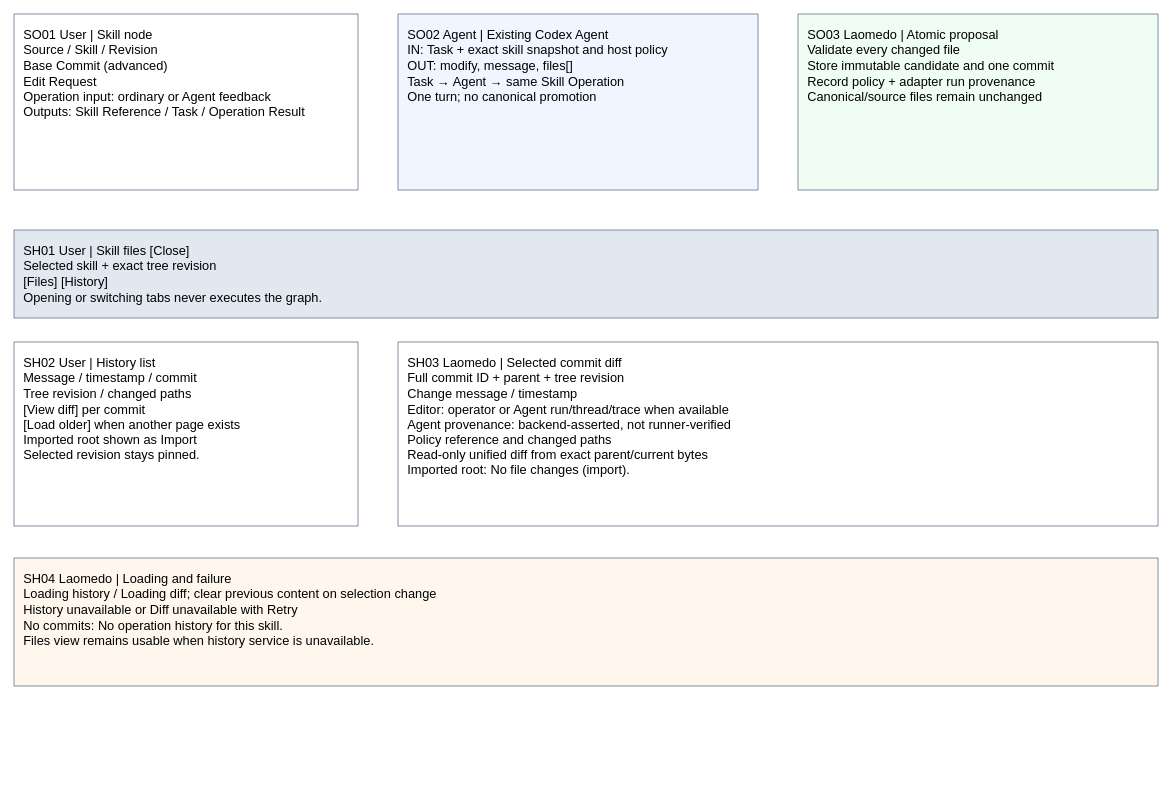
This is page "Skill operations and history" (2 of 2) of projects/laomedo/subsystems/skill-registry/design/skill-files.drawio from amadou-6e/specs, a draw.io file, before an edit. Source tidied: cells renumbered, new cells numbered last; positions are measured from the earlier drawing's top-left corner, leaving out a move shared by most shapes. Both pictures are drawn from the tidied source at 80%, with x=0, y=0 at pixel (14, 14).
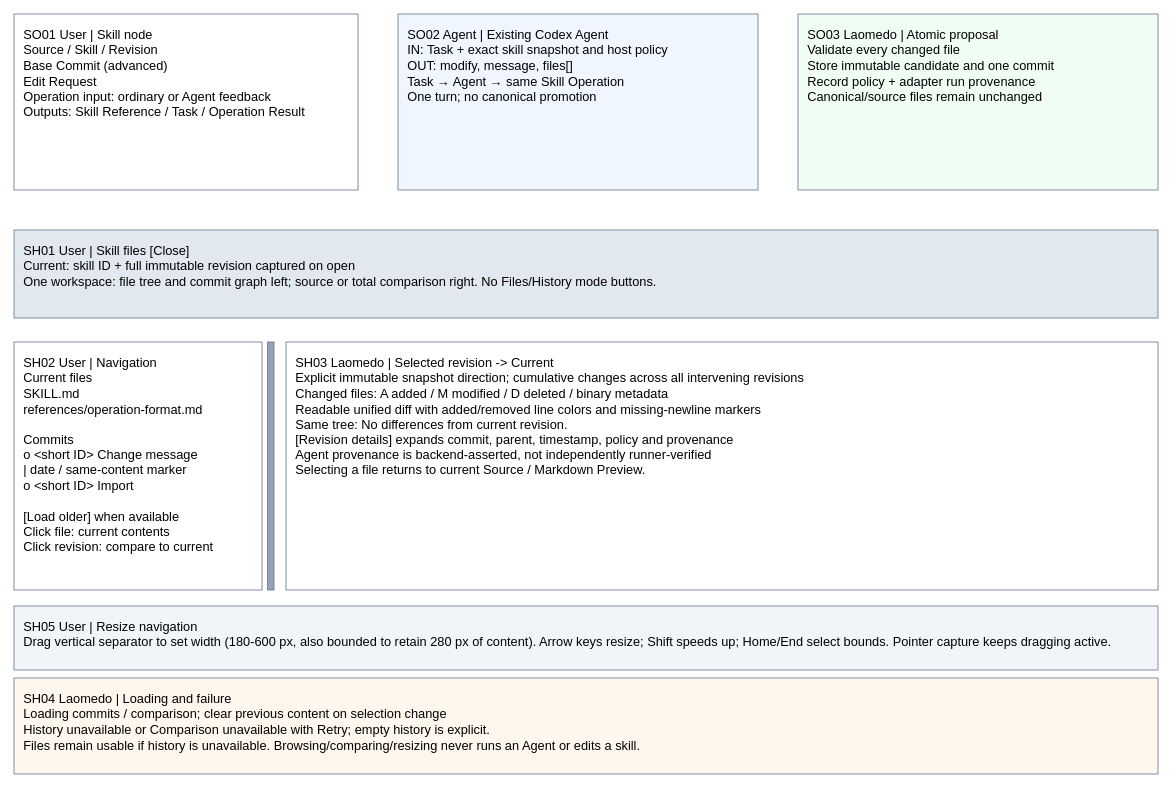
Above is the later version.

Commit message (it also covers changes not shown here):
Specify combined commit navigation and resizable skill comparisons

The edit, as a diff of the source:
```diff
@@
 <mxGraphModel>
   <root>
     <mxCell id="0" />
     <mxCell id="1" parent="0" />
     <mxCell id="2" value="SO01 User | Skill node&#10;Source / Skill / Revision&#10;Base Commit (advanced)&#10;Edit Request&#10;Operation input: ordinary or Agent feedback&#10;Outputs: Skill Reference / Task / Operation Result" style="rounded=0;whiteSpace=wrap;html=0;align=left;verticalAlign=top;spacing=12;fontFamily=Arial;fontSize=16;fillColor=#ffffff;strokeColor=#64748b;" parent="1" vertex="1">
       <mxGeometry width="430" height="220" as="geometry" />
     </mxCell>
     <mxCell id="3" value="SO02 Agent | Existing Codex Agent&#10;IN: Task + exact skill snapshot and host policy&#10;OUT: modify, message, files[]&#10;Task → Agent → same Skill Operation&#10;One turn; no canonical promotion" style="rounded=0;whiteSpace=wrap;html=0;align=left;verticalAlign=top;spacing=12;fontFamily=Arial;fontSize=16;fillColor=#eff6ff;strokeColor=#64748b;" parent="1" vertex="1">
       <mxGeometry x="480" width="450" height="220" as="geometry" />
     </mxCell>
     <mxCell id="4" value="SO03 Laomedo | Atomic proposal&#10;Validate every changed file&#10;Store immutable candidate and one commit&#10;Record policy + adapter run provenance&#10;Canonical/source files remain unchanged" style="rounded=0;whiteSpace=wrap;html=0;align=left;verticalAlign=top;spacing=12;fontFamily=Arial;fontSize=16;fillColor=#f0fdf4;strokeColor=#64748b;" parent="1" vertex="1">
       <mxGeometry x="980" width="450" height="220" as="geometry" />
     </mxCell>
-    <mxCell id="5" value="SH01 User | Skill files                         [Close]&#10;Selected skill + exact tree revision&#10;[Files] [History]&#10;Opening or switching tabs never executes the graph." style="rounded=0;whiteSpace=wrap;html=0;align=left;verticalAlign=top;spacing=12;fontFamily=Arial;fontSize=16;fillColor=#e2e8f0;strokeColor=#64748b;" parent="1" vertex="1">
+    <mxCell id="5" value="SH01 User | Skill files                                      [Close]&#10;Current: skill ID + full immutable revision captured on open&#10;One workspace: file tree and commit graph left; source or total comparison right. No Files/History mode buttons." style="rounded=0;whiteSpace=wrap;html=0;align=left;verticalAlign=top;spacing=12;fontFamily=Arial;fontSize=16;fillColor=#e2e8f0;strokeColor=#64748b;" parent="1" vertex="1">
       <mxGeometry y="270" width="1430" height="110" as="geometry" />
     </mxCell>
-    <mxCell id="6" value="SH02 User | History list&#10;Message / timestamp / commit&#10;Tree revision / changed paths&#10;[View diff] per commit&#10;[Load older] when another page exists&#10;Imported root shown as Import&#10;Selected revision stays pinned." style="rounded=0;whiteSpace=wrap;html=0;align=left;verticalAlign=top;spacing=12;fontFamily=Arial;fontSize=16;fillColor=#ffffff;strokeColor=#64748b;" parent="1" vertex="1">
-      <mxGeometry y="410" width="430" height="230" as="geometry" />
+    <mxCell id="6" value="SH02 User | Navigation&#10;Current files&#10;  SKILL.md&#10;  references/operation-format.md&#10;&#10;Commits&#10; o &lt;short ID&gt; Change message&#10; |  date / same-content marker&#10; o &lt;short ID&gt; Import&#10;&#10;[Load older] when available&#10;Click file: current contents&#10;Click revision: compare to current" style="rounded=0;whiteSpace=wrap;html=0;align=left;verticalAlign=top;spacing=12;fontFamily=Arial;fontSize=16;fillColor=#ffffff;strokeColor=#64748b;" parent="1" vertex="1">
+      <mxGeometry y="410" width="310" height="310" as="geometry" />
     </mxCell>
-    <mxCell id="7" value="SH03 Laomedo | Selected commit diff&#10;Full commit ID + parent + tree revision&#10;Change message / timestamp&#10;Editor: operator or Agent run/thread/trace when available&#10;Agent provenance: backend-asserted, not runner-verified&#10;Policy reference and changed paths&#10;Read-only unified diff from exact parent/current bytes&#10;Imported root: No file changes (import)." style="rounded=0;whiteSpace=wrap;html=0;align=left;verticalAlign=top;spacing=12;fontFamily=Arial;fontSize=16;fillColor=#ffffff;strokeColor=#64748b;" parent="1" vertex="1">
-      <mxGeometry x="480" y="410" width="950" height="230" as="geometry" />
+    <mxCell id="7" value="SH03 Laomedo | Selected revision -&gt; Current&#10;Explicit immutable snapshot direction; cumulative changes across all intervening revisions&#10;Changed files: A added / M modified / D deleted / binary metadata&#10;Readable unified diff with added/removed line colors and missing-newline markers&#10;Same tree: No differences from current revision.&#10;[Revision details] expands commit, parent, timestamp, policy and provenance&#10;Agent provenance is backend-asserted, not independently runner-verified&#10;Selecting a file returns to current Source / Markdown Preview." style="rounded=0;whiteSpace=wrap;html=0;align=left;verticalAlign=top;spacing=12;fontFamily=Arial;fontSize=16;fillColor=#ffffff;strokeColor=#64748b;" parent="1" vertex="1">
+      <mxGeometry x="340" y="410" width="1090" height="310" as="geometry" />
     </mxCell>
-    <mxCell id="8" value="SH04 Laomedo | Loading and failure&#10;Loading history / Loading diff; clear previous content on selection change&#10;History unavailable or Diff unavailable with Retry&#10;No commits: No operation history for this skill.&#10;Files view remains usable when history service is unavailable." style="rounded=0;whiteSpace=wrap;html=0;align=left;verticalAlign=top;spacing=12;fontFamily=Arial;fontSize=16;fillColor=#fff7ed;strokeColor=#64748b;" parent="1" vertex="1">
-      <mxGeometry y="680" width="1430" height="160" as="geometry" />
+    <mxCell id="8" value="SH04 Laomedo | Loading and failure&#10;Loading commits / comparison; clear previous content on selection change&#10;History unavailable or Comparison unavailable with Retry; empty history is explicit.&#10;Files remain usable if history is unavailable. Browsing/comparing/resizing never runs an Agent or edits a skill." style="rounded=0;whiteSpace=wrap;html=0;align=left;verticalAlign=top;spacing=12;fontFamily=Arial;fontSize=16;fillColor=#fff7ed;strokeColor=#64748b;" parent="1" vertex="1">
+      <mxGeometry y="830" width="1430" height="120" as="geometry" />
     </mxCell>
+    <mxCell id="9" style="rounded=0;whiteSpace=wrap;html=0;align=left;verticalAlign=top;spacing=12;fontFamily=Arial;fontSize=16;fillColor=#94a3b8;strokeColor=#64748b;" parent="1" vertex="1">
+      <mxGeometry x="317" y="410" width="8" height="310" as="geometry" />
+    </mxCell>
+    <mxCell id="10" value="SH05 User | Resize navigation&#10;Drag vertical separator to set width (180-600 px, also bounded to retain 280 px of content). Arrow keys resize; Shift speeds up; Home/End select bounds. Pointer capture keeps dragging active." style="rounded=0;whiteSpace=wrap;html=0;align=left;verticalAlign=top;spacing=12;fontFamily=Arial;fontSize=16;fillColor=#f1f5f9;strokeColor=#64748b;" parent="1" vertex="1">
+      <mxGeometry y="740" width="1430" height="80" as="geometry" />
+    </mxCell>
   </root>
 </mxGraphModel>
```
